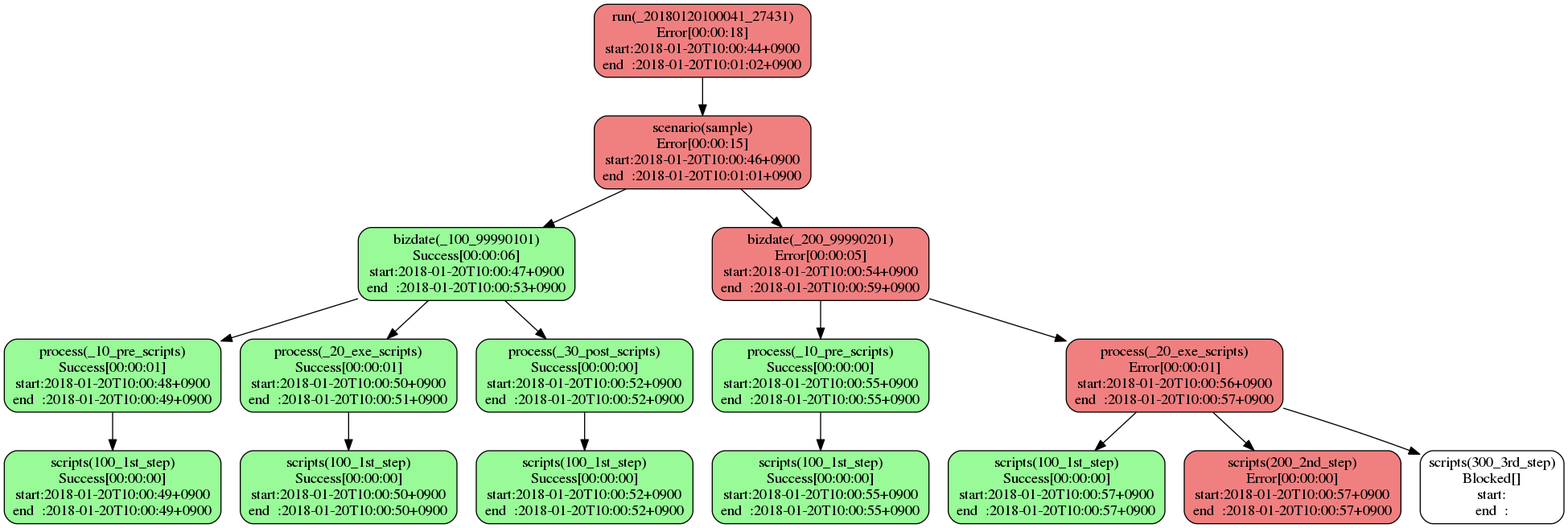
Before: sample.png, a diagram exported from Graphviz (tkhr-sait/stfw-result-viewer-rails). Its source is kept beside it as sample.dot.
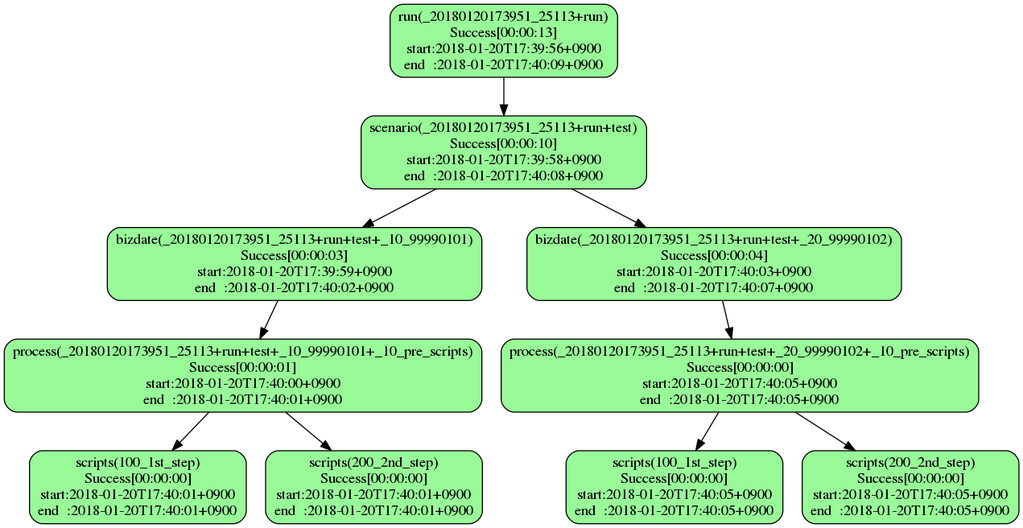
After the commit.

The edit, as a diff of the source:
```diff
@@ -1,34 +1,22 @@
 digraph G {
   layout="dot";
-  x20180120100041x27431xrun[label="run(_20180120100041_27431)\nError[00:00:18]\nstart:2018-01-20T10:00:44+0900\nend  :2018-01-20T10:01:02+0900",shape="box",style="filled,rounded",fillcolor="lightcoral"];
-  x20180120100041x27431xrunxsample[label="scenario(sample)\nError[00:00:15]\nstart:2018-01-20T10:00:46+0900\nend  :2018-01-20T10:01:01+0900",shape="box",style="filled,rounded",fillcolor="lightcoral"];
-  x20180120100041x27431xrunxsamplexx100x99990101[label="bizdate(_100_99990101)\nSuccess[00:00:06]\nstart:2018-01-20T10:00:47+0900\nend  :2018-01-20T10:00:53+0900",shape="box",style="filled,rounded",fillcolor="palegreen"];
-  x20180120100041x27431xrunxsamplexx100x99990101xx10xprexscripts[label="process(_10_pre_scripts)\nSuccess[00:00:01]\nstart:2018-01-20T10:00:48+0900\nend  :2018-01-20T10:00:49+0900",shape="box",style="filled,rounded",fillcolor="palegreen"];
-  x20180120100041x27431xrunxsamplexx100x99990101xx10xprexscriptsx100x1stxstep[label="scripts(100_1st_step)\nSuccess[00:00:00]\nstart:2018-01-20T10:00:49+0900\nend  :2018-01-20T10:00:49+0900",shape="box",style="filled,rounded",fillcolor="palegreen"];
-  x20180120100041x27431xrunxsamplexx100x99990101xx20xexexscripts[label="process(_20_exe_scripts)\nSuccess[00:00:01]\nstart:2018-01-20T10:00:50+0900\nend  :2018-01-20T10:00:51+0900",shape="box",style="filled,rounded",fillcolor="palegreen"];
-  x20180120100041x27431xrunxsamplexx100x99990101xx20xexexscriptsx100x1stxstep[label="scripts(100_1st_step)\nSuccess[00:00:00]\nstart:2018-01-20T10:00:50+0900\nend  :2018-01-20T10:00:50+0900",shape="box",style="filled,rounded",fillcolor="palegreen"];
-  x20180120100041x27431xrunxsamplexx100x99990101xx30xpostxscripts[label="process(_30_post_scripts)\nSuccess[00:00:00]\nstart:2018-01-20T10:00:52+0900\nend  :2018-01-20T10:00:52+0900",shape="box",style="filled,rounded",fillcolor="palegreen"];
-  x20180120100041x27431xrunxsamplexx100x99990101xx30xpostxscriptsx100x1stxstep[label="scripts(100_1st_step)\nSuccess[00:00:00]\nstart:2018-01-20T10:00:52+0900\nend  :2018-01-20T10:00:52+0900",shape="box",style="filled,rounded",fillcolor="palegreen"];
-  x20180120100041x27431xrunxsamplexx200x99990201[label="bizdate(_200_99990201)\nError[00:00:05]\nstart:2018-01-20T10:00:54+0900\nend  :2018-01-20T10:00:59+0900",shape="box",style="filled,rounded",fillcolor="lightcoral"];
-  x20180120100041x27431xrunxsamplexx200x99990201xx10xprexscripts[label="process(_10_pre_scripts)\nSuccess[00:00:00]\nstart:2018-01-20T10:00:55+0900\nend  :2018-01-20T10:00:55+0900",shape="box",style="filled,rounded",fillcolor="palegreen"];
-  x20180120100041x27431xrunxsamplexx200x99990201xx10xprexscriptsx100x1stxstep[label="scripts(100_1st_step)\nSuccess[00:00:00]\nstart:2018-01-20T10:00:55+0900\nend  :2018-01-20T10:00:55+0900",shape="box",style="filled,rounded",fillcolor="palegreen"];
-  x20180120100041x27431xrunxsamplexx200x99990201xx20xexexscripts[label="process(_20_exe_scripts)\nError[00:00:01]\nstart:2018-01-20T10:00:56+0900\nend  :2018-01-20T10:00:57+0900",shape="box",style="filled,rounded",fillcolor="lightcoral"];
-  x20180120100041x27431xrunxsamplexx200x99990201xx20xexexscriptsx100x1stxstep[label="scripts(100_1st_step)\nSuccess[00:00:00]\nstart:2018-01-20T10:00:57+0900\nend  :2018-01-20T10:00:57+0900",shape="box",style="filled,rounded",fillcolor="palegreen"];
-  x20180120100041x27431xrunxsamplexx200x99990201xx20xexexscriptsx200x2ndxstep[label="scripts(200_2nd_step)\nError[00:00:00]\nstart:2018-01-20T10:00:57+0900\nend  :2018-01-20T10:00:57+0900",shape="box",style="filled,rounded",fillcolor="lightcoral"];
-  x20180120100041x27431xrunxsamplexx200x99990201xx20xexexscriptsx300x3rdxstep[label="scripts(300_3rd_step)\nBlocked[]\nstart:\nend  :",shape="box",style="filled,rounded",fillcolor="white"];
-  x20180120100041x27431xrun -> x20180120100041x27431xrunxsample;
-  x20180120100041x27431xrunxsample -> x20180120100041x27431xrunxsamplexx100x99990101;
-  x20180120100041x27431xrunxsamplexx100x99990101 -> x20180120100041x27431xrunxsamplexx100x99990101xx10xprexscripts;
-  x20180120100041x27431xrunxsamplexx100x99990101xx10xprexscripts -> x20180120100041x27431xrunxsamplexx100x99990101xx10xprexscriptsx100x1stxstep;
-  x20180120100041x27431xrunxsamplexx100x99990101 -> x20180120100041x27431xrunxsamplexx100x99990101xx20xexexscripts;
-  x20180120100041x27431xrunxsamplexx100x99990101xx20xexexscripts -> x20180120100041x27431xrunxsamplexx100x99990101xx20xexexscriptsx100x1stxstep;
-  x20180120100041x27431xrunxsamplexx100x99990101 -> x20180120100041x27431xrunxsamplexx100x99990101xx30xpostxscripts;
-  x20180120100041x27431xrunxsamplexx100x99990101xx30xpostxscripts -> x20180120100041x27431xrunxsamplexx100x99990101xx30xpostxscriptsx100x1stxstep;
-  x20180120100041x27431xrunxsample -> x20180120100041x27431xrunxsamplexx200x99990201;
-  x20180120100041x27431xrunxsamplexx200x99990201 -> x20180120100041x27431xrunxsamplexx200x99990201xx10xprexscripts;
-  x20180120100041x27431xrunxsamplexx200x99990201xx10xprexscripts -> x20180120100041x27431xrunxsamplexx200x99990201xx10xprexscriptsx100x1stxstep;
-  x20180120100041x27431xrunxsamplexx200x99990201 -> x20180120100041x27431xrunxsamplexx200x99990201xx20xexexscripts;
-  x20180120100041x27431xrunxsamplexx200x99990201xx20xexexscripts -> x20180120100041x27431xrunxsamplexx200x99990201xx20xexexscriptsx100x1stxstep;
-  x20180120100041x27431xrunxsamplexx200x99990201xx20xexexscripts -> x20180120100041x27431xrunxsamplexx200x99990201xx20xexexscriptsx200x2ndxstep;
-  x20180120100041x27431xrunxsamplexx200x99990201xx20xexexscripts -> x20180120100041x27431xrunxsamplexx200x99990201xx20xexexscriptsx300x3rdxstep;
+  x20180120173951x25113xrun[label="run(_20180120173951_25113+run)\nSuccess[00:00:13]\nstart:2018-01-20T17:39:56+0900\nend  :2018-01-20T17:40:09+0900",shape="box",style="filled,rounded",fillcolor="palegreen"];
+  x20180120173951x25113xrunxtest[label="scenario(_20180120173951_25113+run+test)\nSuccess[00:00:10]\nstart:2018-01-20T17:39:58+0900\nend  :2018-01-20T17:40:08+0900",shape="box",style="filled,rounded",fillcolor="palegreen"];
+  x20180120173951x25113xrunxtestxx10x99990101[label="bizdate(_20180120173951_25113+run+test+_10_99990101)\nSuccess[00:00:03]\nstart:2018-01-20T17:39:59+0900\nend  :2018-01-20T17:40:02+0900",shape="box",style="filled,rounded",fillcolor="palegreen"];
+  x20180120173951x25113xrunxtestxx10x99990101xx10xprexscripts[label="process(_20180120173951_25113+run+test+_10_99990101+_10_pre_scripts)\nSuccess[00:00:01]\nstart:2018-01-20T17:40:00+0900\nend  :2018-01-20T17:40:01+0900",shape="box",style="filled,rounded",fillcolor="palegreen"];
+  x20180120173951x25113xrunxtestxx10x99990101xx10xprexscriptsx100x1stxstep[label="scripts(100_1st_step)\nSuccess[00:00:00]\nstart:2018-01-20T17:40:01+0900\nend  :2018-01-20T17:40:01+0900",shape="box",style="filled,rounded",fillcolor="palegreen"];
+  x20180120173951x25113xrunxtestxx10x99990101xx10xprexscriptsx200x2ndxstep[label="scripts(200_2nd_step)\nSuccess[00:00:00]\nstart:2018-01-20T17:40:01+0900\nend  :2018-01-20T17:40:01+0900",shape="box",style="filled,rounded",fillcolor="palegreen"];
+  x20180120173951x25113xrunxtestxx20x99990102[label="bizdate(_20180120173951_25113+run+test+_20_99990102)\nSuccess[00:00:04]\nstart:2018-01-20T17:40:03+0900\nend  :2018-01-20T17:40:07+0900",shape="box",style="filled,rounded",fillcolor="palegreen"];
+  x20180120173951x25113xrunxtestxx20x99990102xx10xprexscripts[label="process(_20180120173951_25113+run+test+_20_99990102+_10_pre_scripts)\nSuccess[00:00:00]\nstart:2018-01-20T17:40:05+0900\nend  :2018-01-20T17:40:05+0900",shape="box",style="filled,rounded",fillcolor="palegreen"];
+  x20180120173951x25113xrunxtestxx20x99990102xx10xprexscriptsx100x1stxstep[label="scripts(100_1st_step)\nSuccess[00:00:00]\nstart:2018-01-20T17:40:05+0900\nend  :2018-01-20T17:40:05+0900",shape="box",style="filled,rounded",fillcolor="palegreen"];
+  x20180120173951x25113xrunxtestxx20x99990102xx10xprexscriptsx200x2ndxstep[label="scripts(200_2nd_step)\nSuccess[00:00:00]\nstart:2018-01-20T17:40:05+0900\nend  :2018-01-20T17:40:05+0900",shape="box",style="filled,rounded",fillcolor="palegreen"];
+  x20180120173951x25113xrun -> x20180120173951x25113xrunxtest;
+  x20180120173951x25113xrunxtest -> x20180120173951x25113xrunxtestxx10x99990101;
+  x20180120173951x25113xrunxtestxx10x99990101 -> x20180120173951x25113xrunxtestxx10x99990101xx10xprexscripts;
+  x20180120173951x25113xrunxtestxx10x99990101xx10xprexscripts -> x20180120173951x25113xrunxtestxx10x99990101xx10xprexscriptsx100x1stxstep;
+  x20180120173951x25113xrunxtestxx10x99990101xx10xprexscripts -> x20180120173951x25113xrunxtestxx10x99990101xx10xprexscriptsx200x2ndxstep;
+  x20180120173951x25113xrunxtest -> x20180120173951x25113xrunxtestxx20x99990102;
+  x20180120173951x25113xrunxtestxx20x99990102 -> x20180120173951x25113xrunxtestxx20x99990102xx10xprexscripts;
+  x20180120173951x25113xrunxtestxx20x99990102xx10xprexscripts -> x20180120173951x25113xrunxtestxx20x99990102xx10xprexscriptsx100x1stxstep;
+  x20180120173951x25113xrunxtestxx20x99990102xx10xprexscripts -> x20180120173951x25113xrunxtestxx20x99990102xx10xprexscriptsx200x2ndxstep;
 }
```
